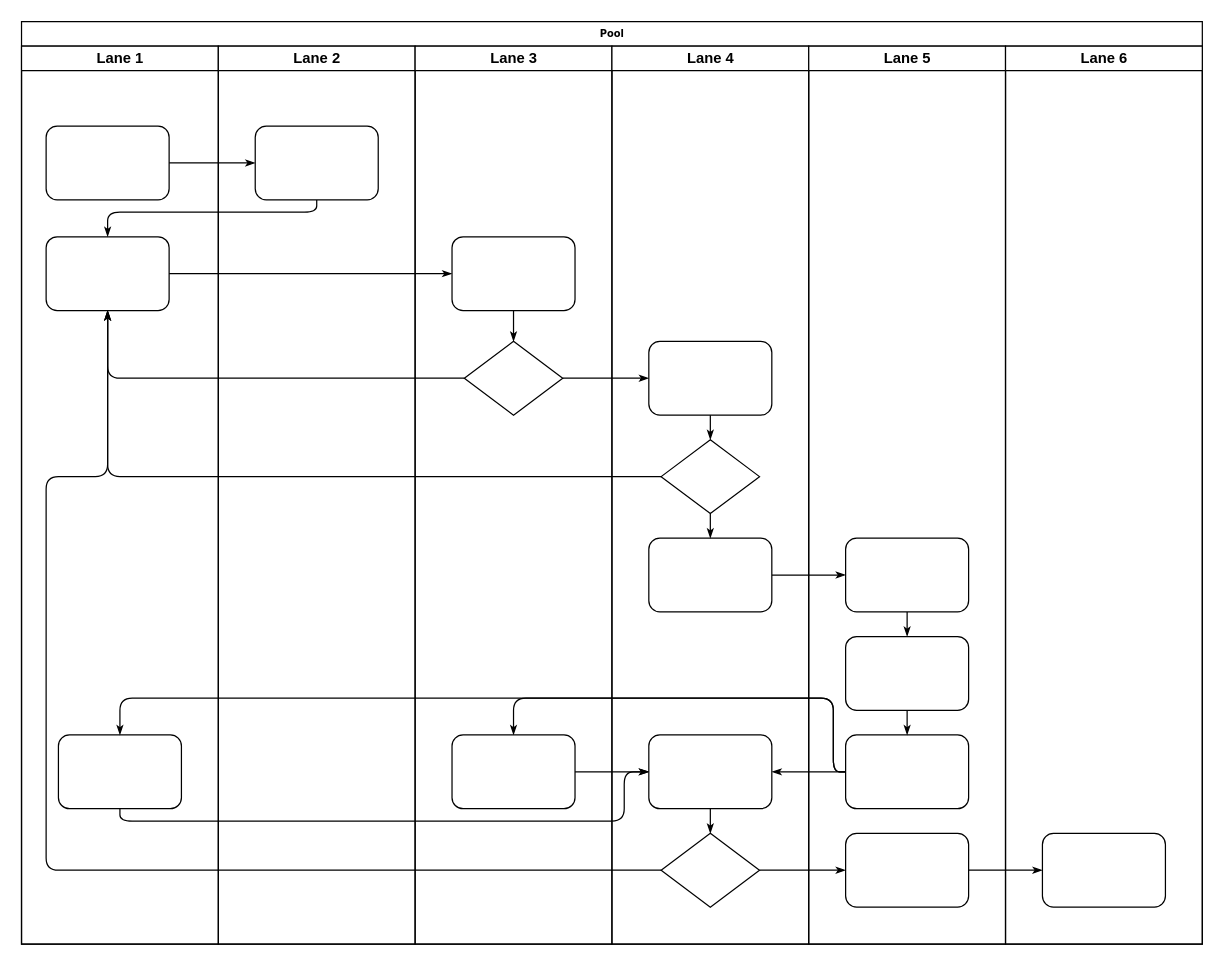
Before: 新招聘需求.drawio in geekape/canvas, a draw.io diagram. Source tidied: cells renumbered, new cells numbered last; positions are measured from the earlier drawing's top-left corner, leaving out a move shared by most shapes. Both pictures are drawn from the tidied source at 123%, with x=0, y=0 at pixel (21, 21).
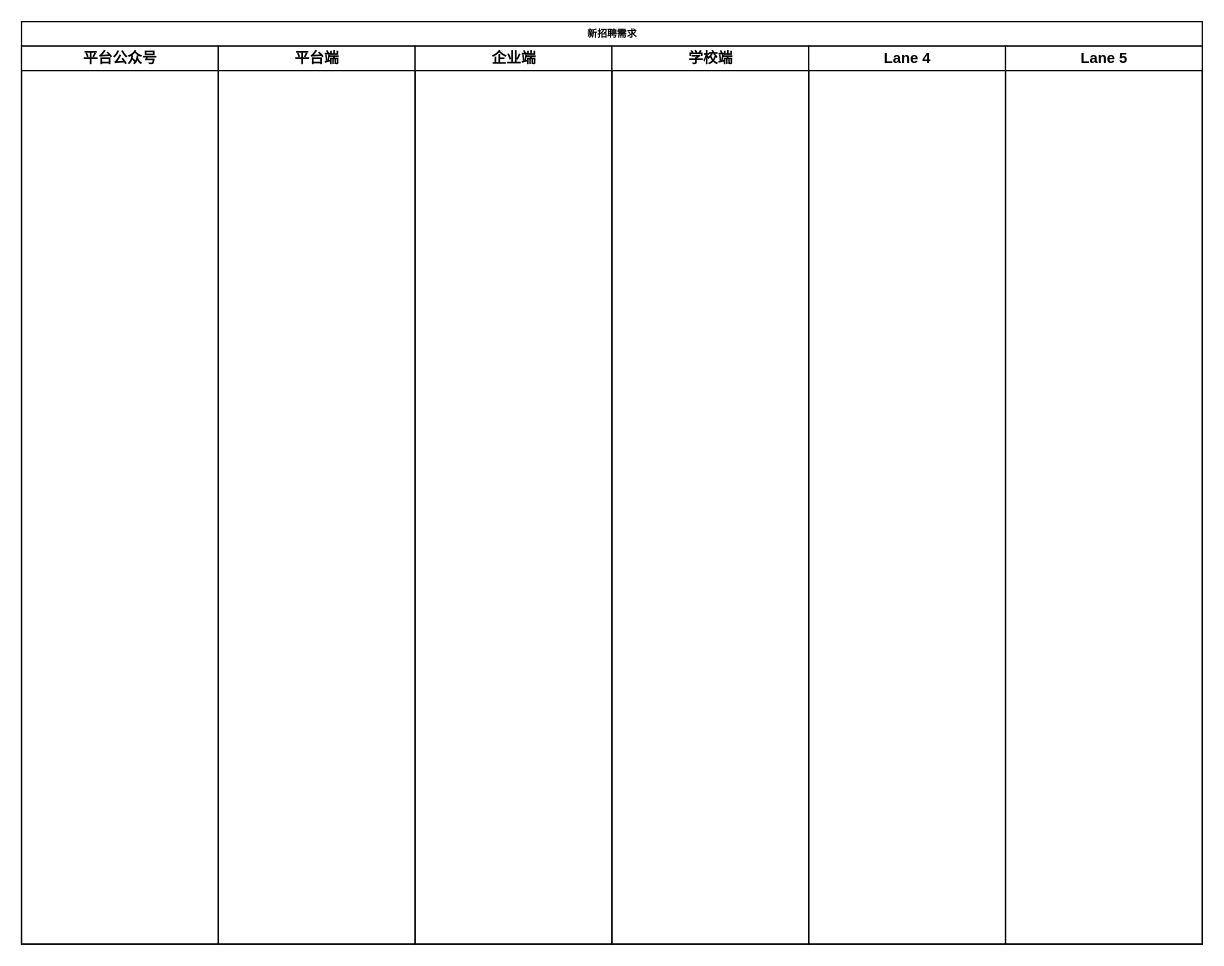
After the change.

Commit message (it also covers changes not shown here):
Update 新招聘需求.drawio

The edit, as a diff of the source:
```diff
@@
-    <mxCell id="2" value="Pool" style="swimlane;html=1;startSize=20;rounded=0;shadow=0;labelBackgroundColor=none;strokeWidth=1;fontFamily=Verdana;fontSize=8;align=center;" parent="1" vertex="1">
+    <mxCell id="2" value="新招聘需求" style="swimlane;html=1;startSize=20;rounded=0;shadow=0;labelBackgroundColor=none;strokeWidth=1;fontFamily=Verdana;fontSize=8;align=center;" parent="1" vertex="1">
       <mxGeometry width="960" height="750" as="geometry" />
     </mxCell>
-    <mxCell id="3" value="Lane 1" style="swimlane;html=1;startSize=20;" parent="2" vertex="1">
+    <mxCell id="3" value="平台公众号" style="swimlane;html=1;startSize=20;" parent="2" vertex="1">
       <mxGeometry y="20" width="160" height="730" as="geometry" />
     </mxCell>
-    <mxCell id="4" style="rounded=1;whiteSpace=wrap;html=1;shadow=0;labelBackgroundColor=none;strokeWidth=1;fontFamily=Verdana;fontSize=8;align=center;" parent="3" vertex="1">
-      <mxGeometry x="20" y="65" width="100" height="60" as="geometry" />
-    </mxCell>
-    <mxCell id="5" style="rounded=1;whiteSpace=wrap;html=1;shadow=0;labelBackgroundColor=none;strokeWidth=1;fontFamily=Verdana;fontSize=8;align=center;" parent="3" vertex="1">
-      <mxGeometry x="20" y="155" width="100" height="60" as="geometry" />
-    </mxCell>
-    <mxCell id="6" style="rounded=1;whiteSpace=wrap;html=1;shadow=0;labelBackgroundColor=none;strokeWidth=1;fontFamily=Verdana;fontSize=8;align=center;" parent="3" vertex="1">
-      <mxGeometry x="30" y="560" width="100" height="60" as="geometry" />
-    </mxCell>
-    <mxCell id="7" style="edgeStyle=orthogonalEdgeStyle;rounded=1;html=1;labelBackgroundColor=none;startArrow=none;startFill=0;startSize=5;endArrow=classicThin;endFill=1;endSize=5;jettySize=auto;strokeWidth=1;fontFamily=Verdana;fontSize=8;" parent="2" edge="1" source="4" target="23">
-      <mxGeometry relative="1" as="geometry" />
-    </mxCell>
-    <mxCell id="8" style="edgeStyle=orthogonalEdgeStyle;rounded=1;html=1;labelBackgroundColor=none;startArrow=none;startFill=0;startSize=5;endArrow=classicThin;endFill=1;endSize=5;jettySize=auto;strokeWidth=1;fontFamily=Verdana;fontSize=8;" parent="2" edge="1" source="23" target="5">
-      <mxGeometry relative="1" as="geometry">
-        <Array as="points">
-          <mxPoint x="240" y="155" />
-          <mxPoint x="70" y="155" />
-        </Array>
-      </mxGeometry>
-    </mxCell>
-    <mxCell id="9" style="edgeStyle=orthogonalEdgeStyle;rounded=1;html=1;labelBackgroundColor=none;startArrow=none;startFill=0;startSize=5;endArrow=classicThin;endFill=1;endSize=5;jettySize=auto;strokeWidth=1;fontFamily=Verdana;fontSize=8;" parent="2" edge="1" source="5" target="25">
-      <mxGeometry relative="1" as="geometry" />
-    </mxCell>
-    <mxCell id="10" style="edgeStyle=orthogonalEdgeStyle;rounded=1;html=1;labelBackgroundColor=none;startArrow=none;startFill=0;startSize=5;endArrow=classicThin;endFill=1;endSize=5;jettySize=auto;strokeWidth=1;fontFamily=Verdana;fontSize=8;" parent="2" edge="1" source="26" target="5">
-      <mxGeometry relative="1" as="geometry" />
-    </mxCell>
-    <mxCell id="11" style="edgeStyle=orthogonalEdgeStyle;rounded=1;html=1;labelBackgroundColor=none;startArrow=none;startFill=0;startSize=5;endArrow=classicThin;endFill=1;endSize=5;jettySize=auto;strokeWidth=1;fontFamily=Verdana;fontSize=8;" parent="2" edge="1" source="31" target="5">
-      <mxGeometry relative="1" as="geometry" />
-    </mxCell>
-    <mxCell id="12" style="edgeStyle=orthogonalEdgeStyle;rounded=1;html=1;labelBackgroundColor=none;startArrow=none;startFill=0;startSize=5;endArrow=classicThin;endFill=1;endSize=5;jettySize=auto;strokeWidth=1;fontFamily=Verdana;fontSize=8;" parent="2" edge="1" source="34" target="5">
-      <mxGeometry relative="1" as="geometry">
-        <Array as="points">
-          <mxPoint x="20" y="690" />
-          <mxPoint x="20" y="370" />
-          <mxPoint x="70" y="370" />
-        </Array>
-      </mxGeometry>
-    </mxCell>
-    <mxCell id="13" style="edgeStyle=orthogonalEdgeStyle;rounded=1;html=1;labelBackgroundColor=none;startArrow=none;startFill=0;startSize=5;endArrow=classicThin;endFill=1;endSize=5;jettySize=auto;strokeWidth=1;fontFamily=Verdana;fontSize=8;" parent="2" edge="1" source="26" target="30">
-      <mxGeometry relative="1" as="geometry" />
+    <mxCell id="13" style="edgeStyle=orthogonalEdgeStyle;rounded=1;html=1;labelBackgroundColor=none;startArrow=none;startFill=0;startSize=5;endArrow=classicThin;endFill=1;endSize=5;jettySize=auto;orthogonalLoop=1;strokeWidth=1;fontFamily=Verdana;fontSize=8;" parent="2" edge="1">
+      <mxGeometry relative="1" as="geometry">
+        <mxPoint x="670" y="290" as="targetPoint" />
+      </mxGeometry>
     </mxCell>
-    <mxCell id="14" style="edgeStyle=orthogonalEdgeStyle;rounded=1;html=1;labelBackgroundColor=none;startArrow=none;startFill=0;startSize=5;endArrow=classicThin;endFill=1;endSize=5;jettySize=auto;strokeWidth=1;fontFamily=Verdana;fontSize=8;" parent="2" edge="1" source="34" target="42">
-      <mxGeometry relative="1" as="geometry" />
-    </mxCell>
-    <mxCell id="15" style="edgeStyle=orthogonalEdgeStyle;rounded=1;html=1;labelBackgroundColor=none;startArrow=none;startFill=0;startSize=5;endArrow=classicThin;endFill=1;endSize=5;jettySize=auto;strokeWidth=1;fontFamily=Verdana;fontSize=8;" parent="2" edge="1" source="42" target="46">
-      <mxGeometry relative="1" as="geometry" />
+    <mxCell id="15" style="edgeStyle=orthogonalEdgeStyle;rounded=1;html=1;labelBackgroundColor=none;startArrow=none;startFill=0;startSize=5;endArrow=classicThin;endFill=1;endSize=5;jettySize=auto;orthogonalLoop=1;strokeWidth=1;fontFamily=Verdana;fontSize=8;" parent="2" edge="1">
+      <mxGeometry relative="1" as="geometry">
+        <mxPoint x="990" y="690" as="targetPoint" />
+      </mxGeometry>
     </mxCell>
-    <mxCell id="16" style="edgeStyle=orthogonalEdgeStyle;rounded=1;html=1;labelBackgroundColor=none;startArrow=none;startFill=0;startSize=5;endArrow=classicThin;endFill=1;endSize=5;jettySize=auto;strokeWidth=1;fontFamily=Verdana;fontSize=8;" parent="2" edge="1" source="32" target="39">
-      <mxGeometry relative="1" as="geometry" />
+    <mxCell id="16" style="edgeStyle=orthogonalEdgeStyle;rounded=1;html=1;labelBackgroundColor=none;startArrow=none;startFill=0;startSize=5;endArrow=classicThin;endFill=1;endSize=5;jettySize=auto;orthogonalLoop=1;strokeWidth=1;fontFamily=Verdana;fontSize=8;" parent="2" edge="1">
+      <mxGeometry relative="1" as="geometry">
+        <mxPoint x="830" y="450" as="targetPoint" />
+      </mxGeometry>
     </mxCell>
-    <mxCell id="17" style="edgeStyle=orthogonalEdgeStyle;rounded=1;html=1;labelBackgroundColor=none;startArrow=none;startFill=0;startSize=5;endArrow=classicThin;endFill=1;endSize=5;jettySize=auto;strokeWidth=1;fontFamily=Verdana;fontSize=8;" parent="2" edge="1" source="41" target="27">
-      <mxGeometry relative="1" as="geometry">
-        <Array as="points">
-          <mxPoint x="660" y="610" />
-          <mxPoint x="660" y="550" />
-          <mxPoint x="400" y="550" />
-        </Array>
-      </mxGeometry>
-    </mxCell>
-    <mxCell id="18" style="edgeStyle=orthogonalEdgeStyle;rounded=1;html=1;labelBackgroundColor=none;startArrow=none;startFill=0;startSize=5;endArrow=classicThin;endFill=1;endSize=5;jettySize=auto;strokeColor=#000000;strokeWidth=1;fontFamily=Verdana;fontSize=8;fontColor=#000000;" parent="2" edge="1" source="41" target="33">
-      <mxGeometry relative="1" as="geometry" />
-    </mxCell>
-    <mxCell id="19" style="edgeStyle=orthogonalEdgeStyle;rounded=1;html=1;labelBackgroundColor=none;startArrow=none;startFill=0;startSize=5;endArrow=classicThin;endFill=1;endSize=5;jettySize=auto;strokeWidth=1;fontFamily=Verdana;fontSize=8;" parent="2" edge="1" source="41" target="6">
-      <mxGeometry relative="1" as="geometry">
-        <Array as="points">
-          <mxPoint x="660" y="610" />
-          <mxPoint x="660" y="550" />
-          <mxPoint x="80" y="550" />
-        </Array>
-      </mxGeometry>
-    </mxCell>
-    <mxCell id="20" style="edgeStyle=orthogonalEdgeStyle;rounded=1;html=1;labelBackgroundColor=none;startArrow=none;startFill=0;startSize=5;endArrow=classicThin;endFill=1;endSize=5;jettySize=auto;strokeWidth=1;fontFamily=Verdana;fontSize=8;" parent="2" edge="1" source="6" target="33">
+    <mxCell id="20" style="edgeStyle=orthogonalEdgeStyle;rounded=1;html=1;labelBackgroundColor=none;startArrow=none;startFill=0;startSize=5;endArrow=classicThin;endFill=1;endSize=5;jettySize=auto;orthogonalLoop=1;strokeWidth=1;fontFamily=Verdana;fontSize=8;" parent="2" edge="1">
       <mxGeometry relative="1" as="geometry">
+        <mxPoint x="670" y="610" as="targetPoint" />
         <Array as="points">
           <mxPoint x="80" y="650" />
           <mxPoint x="490" y="650" />
           <mxPoint x="490" y="610" />
         </Array>
       </mxGeometry>
     </mxCell>
-    <mxCell id="21" style="edgeStyle=orthogonalEdgeStyle;rounded=1;html=1;labelBackgroundColor=none;startArrow=none;startFill=0;startSize=5;endArrow=classicThin;endFill=1;endSize=5;jettySize=auto;strokeWidth=1;fontFamily=Verdana;fontSize=8;" parent="2" edge="1" source="27" target="33">
-      <mxGeometry relative="1" as="geometry" />
+    <mxCell id="21" style="edgeStyle=orthogonalEdgeStyle;rounded=1;html=1;labelBackgroundColor=none;startArrow=none;startFill=0;startSize=5;endArrow=classicThin;endFill=1;endSize=5;jettySize=auto;orthogonalLoop=1;strokeWidth=1;fontFamily=Verdana;fontSize=8;" parent="2" edge="1">
+      <mxGeometry relative="1" as="geometry">
+        <mxPoint x="670" y="610" as="targetPoint" />
+      </mxGeometry>
     </mxCell>
+    <mxCell id="47" value="平台端" style="swimlane;html=1;startSize=20;" parent="2" vertex="1">
+      <mxGeometry x="160" y="20" width="160" height="730" as="geometry" />
+    </mxCell>
-    <mxCell id="22" value="Lane 2" style="swimlane;html=1;startSize=20;" parent="2" vertex="1">
-      <mxGeometry x="160" y="20" width="160" height="730" as="geometry" />
+    <mxCell id="22" value="企业端" style="swimlane;html=1;startSize=20;" parent="2" vertex="1">
+      <mxGeometry x="320" y="20" width="160" height="730" as="geometry" />
     </mxCell>
-    <mxCell id="23" style="rounded=1;whiteSpace=wrap;html=1;shadow=0;labelBackgroundColor=none;strokeWidth=1;fontFamily=Verdana;fontSize=8;align=center;" parent="22" vertex="1">
-      <mxGeometry x="30" y="65" width="100" height="60" as="geometry" />
-    </mxCell>
-    <mxCell id="24" value="Lane 3" style="swimlane;html=1;startSize=20;" parent="2" vertex="1">
-      <mxGeometry x="320" y="20" width="160" height="730" as="geometry" />
+    <mxCell id="24" value="学校端" style="swimlane;html=1;startSize=20;" parent="2" vertex="1">
+      <mxGeometry x="480" y="20" width="160" height="730" as="geometry" />
     </mxCell>
-    <mxCell id="25" style="rounded=1;whiteSpace=wrap;html=1;shadow=0;labelBackgroundColor=none;strokeWidth=1;fontFamily=Verdana;fontSize=8;align=center;" parent="24" vertex="1">
-      <mxGeometry x="30" y="155" width="100" height="60" as="geometry" />
-    </mxCell>
-    <mxCell id="26" style="rhombus;whiteSpace=wrap;html=1;rounded=0;shadow=0;labelBackgroundColor=none;strokeWidth=1;fontFamily=Verdana;fontSize=8;align=center;" parent="24" vertex="1">
-      <mxGeometry x="40" y="240" width="80" height="60" as="geometry" />
-    </mxCell>
-    <mxCell id="27" style="rounded=1;whiteSpace=wrap;html=1;shadow=0;labelBackgroundColor=none;strokeWidth=1;fontFamily=Verdana;fontSize=8;align=center;" parent="24" vertex="1">
-      <mxGeometry x="30" y="560" width="100" height="60" as="geometry" />
-    </mxCell>
-    <mxCell id="28" style="edgeStyle=orthogonalEdgeStyle;rounded=1;html=1;labelBackgroundColor=none;startArrow=none;startFill=0;startSize=5;endArrow=classicThin;endFill=1;endSize=5;jettySize=auto;strokeWidth=1;fontFamily=Verdana;fontSize=8;" parent="24" edge="1" source="25" target="26">
-      <mxGeometry relative="1" as="geometry" />
+    <mxCell id="28" style="edgeStyle=orthogonalEdgeStyle;rounded=1;html=1;labelBackgroundColor=none;startArrow=none;startFill=0;startSize=5;endArrow=classicThin;endFill=1;endSize=5;jettySize=auto;orthogonalLoop=1;strokeWidth=1;fontFamily=Verdana;fontSize=8;" parent="24" edge="1">
+      <mxGeometry relative="1" as="geometry">
+        <mxPoint x="80" y="240" as="targetPoint" />
+      </mxGeometry>
     </mxCell>
     <mxCell id="29" value="Lane 4" style="swimlane;html=1;startSize=20;" parent="2" vertex="1">
-      <mxGeometry x="480" y="20" width="160" height="730" as="geometry" />
+      <mxGeometry x="640" y="20" width="160" height="730" as="geometry" />
     </mxCell>
-    <mxCell id="30" style="rounded=1;whiteSpace=wrap;html=1;shadow=0;labelBackgroundColor=none;strokeWidth=1;fontFamily=Verdana;fontSize=8;align=center;" parent="29" vertex="1">
-      <mxGeometry x="30" y="240" width="100" height="60" as="geometry" />
-    </mxCell>
-    <mxCell id="31" style="rhombus;whiteSpace=wrap;html=1;rounded=0;shadow=0;labelBackgroundColor=none;strokeWidth=1;fontFamily=Verdana;fontSize=8;align=center;" parent="29" vertex="1">
-      <mxGeometry x="40" y="320" width="80" height="60" as="geometry" />
-    </mxCell>
-    <mxCell id="32" style="rounded=1;whiteSpace=wrap;html=1;shadow=0;labelBackgroundColor=none;strokeWidth=1;fontFamily=Verdana;fontSize=8;align=center;" parent="29" vertex="1">
-      <mxGeometry x="30" y="400" width="100" height="60" as="geometry" />
-    </mxCell>
-    <mxCell id="33" style="rounded=1;whiteSpace=wrap;html=1;shadow=0;labelBackgroundColor=none;strokeWidth=1;fontFamily=Verdana;fontSize=8;align=center;" parent="29" vertex="1">
-      <mxGeometry x="30" y="560" width="100" height="60" as="geometry" />
-    </mxCell>
-    <mxCell id="34" style="rhombus;whiteSpace=wrap;html=1;rounded=0;shadow=0;labelBackgroundColor=none;strokeWidth=1;fontFamily=Verdana;fontSize=8;align=center;" parent="29" vertex="1">
-      <mxGeometry x="40" y="640" width="80" height="60" as="geometry" />
-    </mxCell>
-    <mxCell id="35" style="edgeStyle=orthogonalEdgeStyle;rounded=1;html=1;labelBackgroundColor=none;startArrow=none;startFill=0;startSize=5;endArrow=classicThin;endFill=1;endSize=5;jettySize=auto;strokeColor=#000000;strokeWidth=1;fontFamily=Verdana;fontSize=8;fontColor=#000000;" parent="29" edge="1" source="30" target="31">
-      <mxGeometry relative="1" as="geometry" />
+    <mxCell id="35" style="edgeStyle=orthogonalEdgeStyle;rounded=1;html=1;labelBackgroundColor=none;startArrow=none;startFill=0;startSize=5;endArrow=classicThin;endFill=1;endSize=5;jettySize=auto;orthogonalLoop=1;strokeColor=#000000;strokeWidth=1;fontFamily=Verdana;fontSize=8;fontColor=#000000;" parent="29" edge="1">
+      <mxGeometry relative="1" as="geometry">
+        <mxPoint x="80" y="320" as="targetPoint" />
+      </mxGeometry>
     </mxCell>
-    <mxCell id="36" style="edgeStyle=orthogonalEdgeStyle;rounded=1;html=1;labelBackgroundColor=none;startArrow=none;startFill=0;startSize=5;endArrow=classicThin;endFill=1;endSize=5;jettySize=auto;strokeWidth=1;fontFamily=Verdana;fontSize=8;" parent="29" edge="1" source="31" target="32">
-      <mxGeometry relative="1" as="geometry" />
+    <mxCell id="36" style="edgeStyle=orthogonalEdgeStyle;rounded=1;html=1;labelBackgroundColor=none;startArrow=none;startFill=0;startSize=5;endArrow=classicThin;endFill=1;endSize=5;jettySize=auto;orthogonalLoop=1;strokeWidth=1;fontFamily=Verdana;fontSize=8;" parent="29" edge="1">
+      <mxGeometry relative="1" as="geometry">
+        <mxPoint x="80" y="400" as="targetPoint" />
+      </mxGeometry>
     </mxCell>
-    <mxCell id="37" style="edgeStyle=orthogonalEdgeStyle;rounded=1;html=1;labelBackgroundColor=none;startArrow=none;startFill=0;startSize=5;endArrow=classicThin;endFill=1;endSize=5;jettySize=auto;strokeWidth=1;fontFamily=Verdana;fontSize=8;" parent="29" edge="1" source="33" target="34">
-      <mxGeometry relative="1" as="geometry" />
+    <mxCell id="37" style="edgeStyle=orthogonalEdgeStyle;rounded=1;html=1;labelBackgroundColor=none;startArrow=none;startFill=0;startSize=5;endArrow=classicThin;endFill=1;endSize=5;jettySize=auto;orthogonalLoop=1;strokeWidth=1;fontFamily=Verdana;fontSize=8;" parent="29" edge="1">
+      <mxGeometry relative="1" as="geometry">
+        <mxPoint x="80" y="620" as="sourcePoint" />
+      </mxGeometry>
     </mxCell>
     <mxCell id="38" value="Lane 5" style="swimlane;html=1;startSize=20;" parent="2" vertex="1">
-      <mxGeometry x="640" y="20" width="160" height="730" as="geometry" />
+      <mxGeometry x="800" y="20" width="160" height="730" as="geometry" />
     </mxCell>
-    <mxCell id="39" style="rounded=1;whiteSpace=wrap;html=1;shadow=0;labelBackgroundColor=none;strokeWidth=1;fontFamily=Verdana;fontSize=8;align=center;" parent="38" vertex="1">
-      <mxGeometry x="30" y="400" width="100" height="60" as="geometry" />
-    </mxCell>
-    <mxCell id="40" style="rounded=1;whiteSpace=wrap;html=1;shadow=0;labelBackgroundColor=none;strokeWidth=1;fontFamily=Verdana;fontSize=8;align=center;" parent="38" vertex="1">
-      <mxGeometry x="30" y="480" width="100" height="60" as="geometry" />
-    </mxCell>
-    <mxCell id="41" style="rounded=1;whiteSpace=wrap;html=1;shadow=0;labelBackgroundColor=none;strokeWidth=1;fontFamily=Verdana;fontSize=8;align=center;" parent="38" vertex="1">
-      <mxGeometry x="30" y="560" width="100" height="60" as="geometry" />
-    </mxCell>
-    <mxCell id="42" style="rounded=1;whiteSpace=wrap;html=1;shadow=0;labelBackgroundColor=none;strokeWidth=1;fontFamily=Verdana;fontSize=8;align=center;" parent="38" vertex="1">
-      <mxGeometry x="30" y="640" width="100" height="60" as="geometry" />
-    </mxCell>
-    <mxCell id="43" style="edgeStyle=orthogonalEdgeStyle;rounded=1;html=1;labelBackgroundColor=none;startArrow=none;startFill=0;startSize=5;endArrow=classicThin;endFill=1;endSize=5;jettySize=auto;strokeWidth=1;fontFamily=Verdana;fontSize=8;" parent="38" edge="1" source="39" target="40">
-      <mxGeometry relative="1" as="geometry" />
+    <mxCell id="43" style="edgeStyle=orthogonalEdgeStyle;rounded=1;html=1;labelBackgroundColor=none;startArrow=none;startFill=0;startSize=5;endArrow=classicThin;endFill=1;endSize=5;jettySize=auto;orthogonalLoop=1;strokeWidth=1;fontFamily=Verdana;fontSize=8;" parent="38" edge="1">
+      <mxGeometry relative="1" as="geometry">
+        <mxPoint x="80" y="480" as="targetPoint" />
+      </mxGeometry>
     </mxCell>
-    <mxCell id="44" style="edgeStyle=orthogonalEdgeStyle;rounded=1;html=1;labelBackgroundColor=none;startArrow=none;startFill=0;startSize=5;endArrow=classicThin;endFill=1;endSize=5;jettySize=auto;strokeWidth=1;fontFamily=Verdana;fontSize=8;" parent="38" edge="1" source="40" target="41">
-      <mxGeometry relative="1" as="geometry" />
+    <mxCell id="44" style="edgeStyle=orthogonalEdgeStyle;rounded=1;html=1;labelBackgroundColor=none;startArrow=none;startFill=0;startSize=5;endArrow=classicThin;endFill=1;endSize=5;jettySize=auto;orthogonalLoop=1;strokeWidth=1;fontFamily=Verdana;fontSize=8;" parent="38" edge="1">
+      <mxGeometry relative="1" as="geometry">
+        <mxPoint x="80" y="560" as="targetPoint" />
+      </mxGeometry>
     </mxCell>
-    <mxCell id="45" value="Lane 6" style="swimlane;html=1;startSize=20;" parent="2" vertex="1">
-      <mxGeometry x="800" y="20" width="160" height="730" as="geometry" />
-    </mxCell>
-    <mxCell id="46" style="rounded=1;whiteSpace=wrap;html=1;shadow=0;labelBackgroundColor=none;strokeWidth=1;fontFamily=Verdana;fontSize=8;align=center;" parent="45" vertex="1">
-      <mxGeometry x="30" y="640" width="100" height="60" as="geometry" />
-    </mxCell>
```
